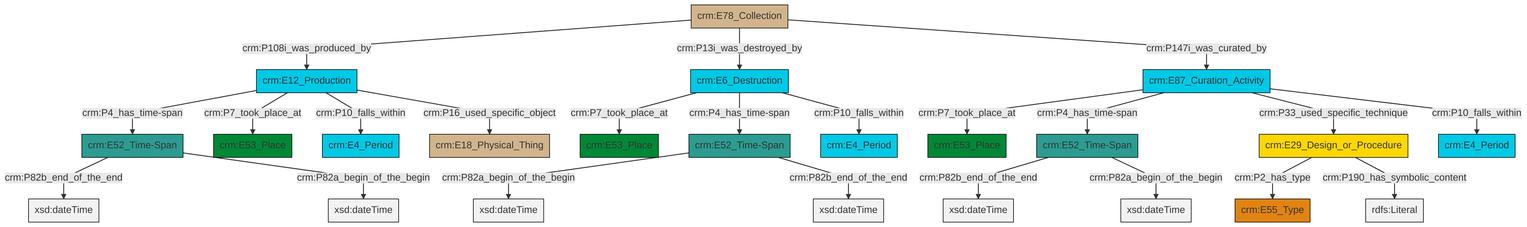
Before: et/archivalCSV/ttl/mmd/png/archival_existence.png, a diagram exported from Mermaid (swiss-art-research-net/docs.swissartresearch). Its source is kept beside it as et/archivalCSV/ttl/mmd/archival_existence.ttl.mmd.
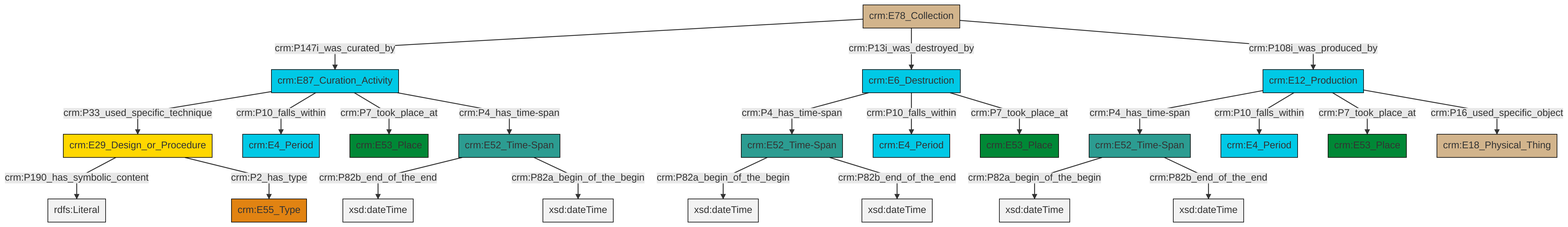
Above is the later version.

The edit, as a diff of the source:
```diff
@@ -14,24 +14,24 @@
 classDef Multi fill:#cccccc,stroke:#000000;
 
 0["crm:E12_Production"]:::Temporal_Entity -->|crm:P4_has_time-span| 1["crm:E52_Time-Span"]:::Time-Span
-2["crm:E78_Collection"]:::Physical_Thing -->|crm:P108i_was_produced_by| 0["crm:E12_Production"]:::Temporal_Entity
-0["crm:E12_Production"]:::Temporal_Entity -->|crm:P7_took_place_at| 3["crm:E53_Place"]:::Place
-5["crm:E52_Time-Span"]:::Time-Span -->|crm:P82a_begin_of_the_begin| 7[xsd:dateTime]:::Literal
-1["crm:E52_Time-Span"]:::Time-Span -->|crm:P82b_end_of_the_end| 16[xsd:dateTime]:::Literal
-19["crm:E87_Curation_Activity"]:::Temporal_Entity -->|crm:P7_took_place_at| 20["crm:E53_Place"]:::Place
-21["crm:E6_Destruction"]:::Temporal_Entity -->|crm:P7_took_place_at| 14["crm:E53_Place"]:::Place
-2["crm:E78_Collection"]:::Physical_Thing -->|crm:P13i_was_destroyed_by| 21["crm:E6_Destruction"]:::Temporal_Entity
-0["crm:E12_Production"]:::Temporal_Entity -->|crm:P10_falls_within| 22["crm:E4_Period"]:::Temporal_Entity
-23["crm:E52_Time-Span"]:::Time-Span -->|crm:P82b_end_of_the_end| 24[xsd:dateTime]:::Literal
-23["crm:E52_Time-Span"]:::Time-Span -->|crm:P82a_begin_of_the_begin| 25[xsd:dateTime]:::Literal
-19["crm:E87_Curation_Activity"]:::Temporal_Entity -->|crm:P4_has_time-span| 23["crm:E52_Time-Span"]:::Time-Span
-2["crm:E78_Collection"]:::Physical_Thing -->|crm:P147i_was_curated_by| 19["crm:E87_Curation_Activity"]:::Temporal_Entity
-1["crm:E52_Time-Span"]:::Time-Span -->|crm:P82a_begin_of_the_begin| 27[xsd:dateTime]:::Literal
-0["crm:E12_Production"]:::Temporal_Entity -->|crm:P16_used_specific_object| 10["crm:E18_Physical_Thing"]:::Physical_Thing
-21["crm:E6_Destruction"]:::Temporal_Entity -->|crm:P4_has_time-span| 5["crm:E52_Time-Span"]:::Time-Span
-21["crm:E6_Destruction"]:::Temporal_Entity -->|crm:P10_falls_within| 29["crm:E4_Period"]:::Temporal_Entity
-5["crm:E52_Time-Span"]:::Time-Span -->|crm:P82b_end_of_the_end| 36[xsd:dateTime]:::Literal
-19["crm:E87_Curation_Activity"]:::Temporal_Entity -->|crm:P33_used_specific_technique| 12["crm:E29_Design_or_Procedure"]:::Conceptual_Object
-12["crm:E29_Design_or_Procedure"]:::Conceptual_Object -->|crm:P2_has_type| 17["crm:E55_Type"]:::Type
-12["crm:E29_Design_or_Procedure"]:::Conceptual_Object -->|crm:P190_has_symbolic_content| 37[rdfs:Literal]:::Literal
-19["crm:E87_Curation_Activity"]:::Temporal_Entity -->|crm:P10_falls_within| 8["crm:E4_Period"]:::Temporal_Entity
+2["crm:E87_Curation_Activity"]:::Temporal_Entity -->|crm:P33_used_specific_technique| 3["crm:E29_Design_or_Procedure"]:::Conceptual_Object
+4["crm:E78_Collection"]:::Physical_Thing -->|crm:P147i_was_curated_by| 2["crm:E87_Curation_Activity"]:::Temporal_Entity
+9["crm:E6_Destruction"]:::Temporal_Entity -->|crm:P4_has_time-span| 10["crm:E52_Time-Span"]:::Time-Span
+5["crm:E52_Time-Span"]:::Time-Span -->|crm:P82b_end_of_the_end| 11[xsd:dateTime]:::Literal
+0["crm:E12_Production"]:::Temporal_Entity -->|crm:P10_falls_within| 12["crm:E4_Period"]:::Temporal_Entity
+2["crm:E87_Curation_Activity"]:::Temporal_Entity -->|crm:P10_falls_within| 13["crm:E4_Period"]:::Temporal_Entity
+9["crm:E6_Destruction"]:::Temporal_Entity -->|crm:P10_falls_within| 17["crm:E4_Period"]:::Temporal_Entity
+1["crm:E52_Time-Span"]:::Time-Span -->|crm:P82a_begin_of_the_begin| 19[xsd:dateTime]:::Literal
+4["crm:E78_Collection"]:::Physical_Thing -->|crm:P13i_was_destroyed_by| 9["crm:E6_Destruction"]:::Temporal_Entity
+5["crm:E52_Time-Span"]:::Time-Span -->|crm:P82a_begin_of_the_begin| 24[xsd:dateTime]:::Literal
+10["crm:E52_Time-Span"]:::Time-Span -->|crm:P82a_begin_of_the_begin| 25[xsd:dateTime]:::Literal
+1["crm:E52_Time-Span"]:::Time-Span -->|crm:P82b_end_of_the_end| 29[xsd:dateTime]:::Literal
+3["crm:E29_Design_or_Procedure"]:::Conceptual_Object -->|crm:P190_has_symbolic_content| 30[rdfs:Literal]:::Literal
+2["crm:E87_Curation_Activity"]:::Temporal_Entity -->|crm:P7_took_place_at| 31["crm:E53_Place"]:::Place
+0["crm:E12_Production"]:::Temporal_Entity -->|crm:P7_took_place_at| 33["crm:E53_Place"]:::Place
+3["crm:E29_Design_or_Procedure"]:::Conceptual_Object -->|crm:P2_has_type| 14["crm:E55_Type"]:::Type
+9["crm:E6_Destruction"]:::Temporal_Entity -->|crm:P7_took_place_at| 7["crm:E53_Place"]:::Place
+2["crm:E87_Curation_Activity"]:::Temporal_Entity -->|crm:P4_has_time-span| 5["crm:E52_Time-Span"]:::Time-Span
+0["crm:E12_Production"]:::Temporal_Entity -->|crm:P16_used_specific_object| 26["crm:E18_Physical_Thing"]:::Physical_Thing
+4["crm:E78_Collection"]:::Physical_Thing -->|crm:P108i_was_produced_by| 0["crm:E12_Production"]:::Temporal_Entity
+10["crm:E52_Time-Span"]:::Time-Span -->|crm:P82b_end_of_the_end| 37[xsd:dateTime]:::Literal
```
